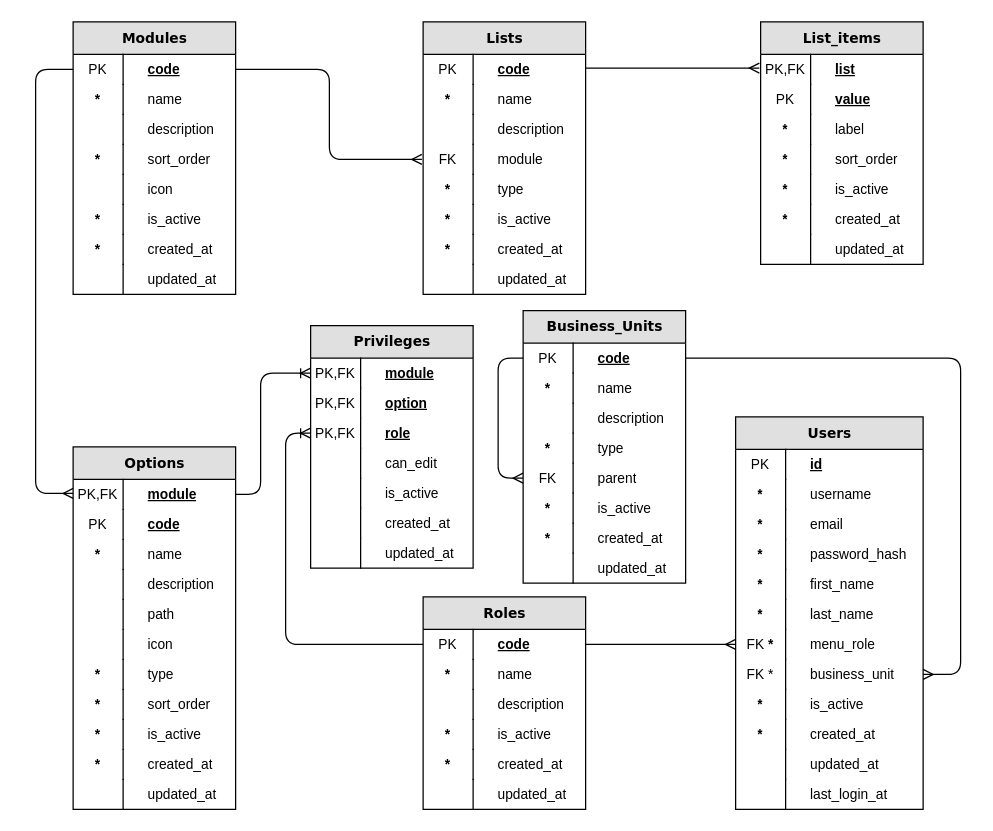
This is page "Admin" (2 of 7) of docs/models.drawio from abc-flex/synapxia, a draw.io file, before an edit. Source tidied: cells renumbered, new cells numbered last; positions are measured from the earlier drawing's top-left corner, leaving out a move shared by most shapes. Both pictures are drawn from the tidied source at 125%, with x=0, y=0 at pixel (35, 21).
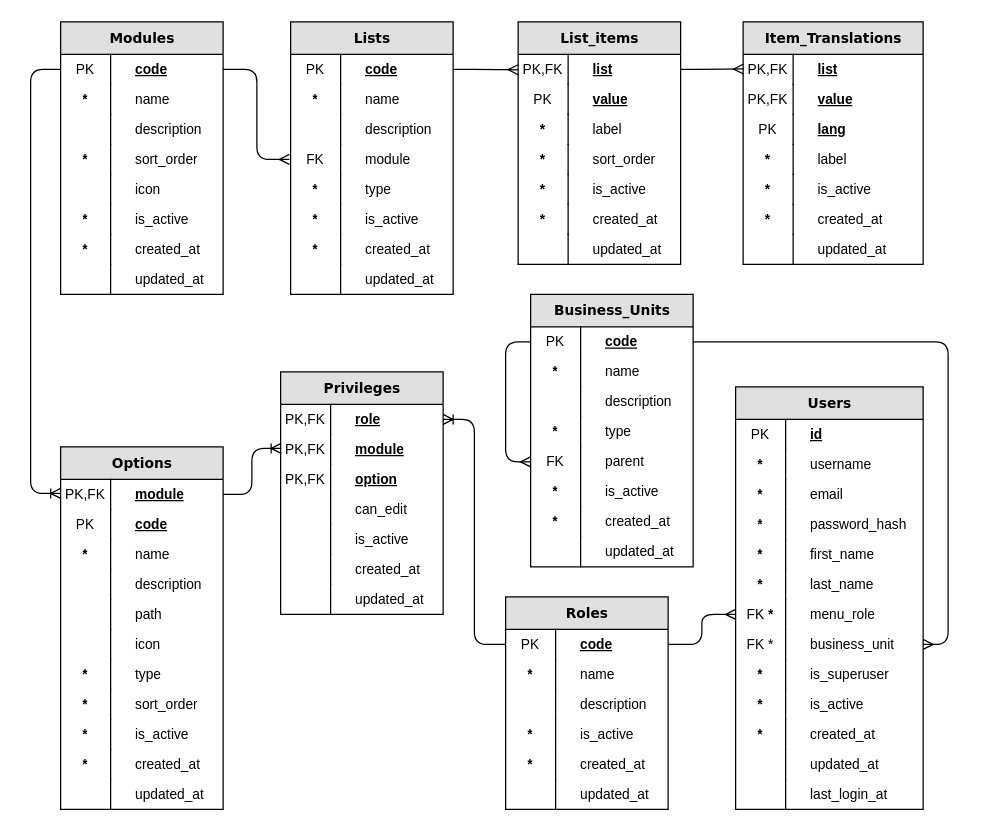
After the change.

Unchanged cells that the change refers to:
```xml
<mxCell id="4" value="&lt;span style=&quot;font-weight: normal;&quot;&gt;PK&lt;/span&gt;" style="shape=partialRectangle;fontStyle=1;top=0;left=0;bottom=0;html=1;fillColor=none;align=center;verticalAlign=middle;spacingLeft=4;spacingRight=4;whiteSpace=wrap;overflow=hidden;points=[];portConstraint=eastwest;fontSize=11;spacing=0;" parent="3" vertex="1">
  <mxGeometry width="40" height="24" as="geometry" />
</mxCell>
<mxCell id="20" value="&lt;u&gt;code&lt;/u&gt;" style="shape=partialRectangle;top=0;left=0;right=0;bottom=0;html=1;align=left;verticalAlign=middle;fillColor=none;spacingLeft=60;spacingRight=4;whiteSpace=wrap;overflow=hidden;points=[[0,0.5],[1,0.5]];portConstraint=eastwest;fontStyle=1;fontSize=11;spacing=0;" parent="19" vertex="1">
  <mxGeometry y="26" width="130" height="24" as="geometry" />
</mxCell>
<mxCell id="37" value="&lt;u&gt;list&lt;/u&gt;" style="shape=partialRectangle;top=0;left=0;right=0;bottom=0;html=1;align=left;verticalAlign=middle;fillColor=none;spacingLeft=60;spacingRight=4;whiteSpace=wrap;overflow=hidden;points=[[0,0.5],[1,0.5]];portConstraint=eastwest;fontStyle=1;fontSize=11;spacing=0;" parent="36" vertex="1">
  <mxGeometry y="26" width="130" height="24" as="geometry" />
</mxCell>
<mxCell id="38" value="&lt;span style=&quot;font-weight: normal;&quot;&gt;PK,FK&lt;/span&gt;" style="shape=partialRectangle;fontStyle=1;top=0;left=0;bottom=0;html=1;fillColor=none;align=center;verticalAlign=middle;spacingLeft=4;spacingRight=4;whiteSpace=wrap;overflow=hidden;points=[];portConstraint=eastwest;fontSize=11;spacing=0;" parent="37" vertex="1">
  <mxGeometry width="40" height="24" as="geometry" />
</mxCell>
<mxCell id="53" value="&lt;span style=&quot;font-weight: normal;&quot;&gt;PK&lt;/span&gt;" style="shape=partialRectangle;fontStyle=1;top=0;left=0;bottom=0;html=1;fillColor=none;align=center;verticalAlign=middle;spacingLeft=4;spacingRight=4;whiteSpace=wrap;overflow=hidden;points=[];portConstraint=eastwest;fontSize=11;spacing=0;" parent="52" vertex="1">
  <mxGeometry width="40" height="24" as="geometry" />
</mxCell>
<mxCell id="79" value="business_unit" style="shape=partialRectangle;top=0;left=0;right=0;bottom=0;html=1;align=left;verticalAlign=middle;fillColor=none;spacingLeft=60;spacingRight=4;whiteSpace=wrap;overflow=hidden;points=[[0,0.5],[1,0.5]];portConstraint=eastwest;fontStyle=0;fontSize=11;spacing=0;" parent="64" vertex="1">
  <mxGeometry y="194" width="150" height="24" as="geometry" />
</mxCell>
<mxCell id="90" value="&lt;u&gt;module&lt;/u&gt;" style="shape=partialRectangle;top=0;left=0;right=0;bottom=0;html=1;align=left;verticalAlign=middle;fillColor=none;spacingLeft=60;spacingRight=4;whiteSpace=wrap;overflow=hidden;points=[[0,0.5],[1,0.5]];portConstraint=eastwest;fontStyle=1;fontSize=11;spacing=0;" parent="89" vertex="1">
  <mxGeometry y="26" width="130" height="24" as="geometry" />
</mxCell>
<mxCell id="91" value="&lt;span style=&quot;font-weight: normal;&quot;&gt;PK,FK&lt;/span&gt;" style="shape=partialRectangle;fontStyle=1;top=0;left=0;bottom=0;html=1;fillColor=none;align=center;verticalAlign=middle;spacingLeft=4;spacingRight=4;whiteSpace=wrap;overflow=hidden;points=[];portConstraint=eastwest;fontSize=11;spacing=0;" parent="90" vertex="1">
  <mxGeometry width="40" height="24" as="geometry" />
</mxCell>
<mxCell id="114" value="&lt;span style=&quot;font-weight: normal;&quot;&gt;PK,FK&lt;/span&gt;" style="shape=partialRectangle;fontStyle=1;top=0;left=0;bottom=0;html=1;fillColor=none;align=center;verticalAlign=middle;spacingLeft=4;spacingRight=4;whiteSpace=wrap;overflow=hidden;points=[];portConstraint=eastwest;fontSize=11;spacing=0;" parent="113" vertex="1">
  <mxGeometry width="40" height="24" as="geometry" />
</mxCell>
<mxCell id="116" value="&lt;span style=&quot;font-weight: normal;&quot;&gt;PK,FK&lt;/span&gt;" style="shape=partialRectangle;fontStyle=1;top=0;left=0;bottom=0;html=1;fillColor=none;align=center;verticalAlign=middle;spacingLeft=4;spacingRight=4;whiteSpace=wrap;overflow=hidden;points=[];portConstraint=eastwest;fontSize=11;spacing=0;" parent="115" vertex="1">
  <mxGeometry width="40" height="24" as="geometry" />
</mxCell>
<mxCell id="118" value="&lt;span style=&quot;font-weight: normal;&quot;&gt;PK,FK&lt;/span&gt;" style="shape=partialRectangle;fontStyle=1;top=0;left=0;bottom=0;html=1;fillColor=none;align=center;verticalAlign=middle;spacingLeft=4;spacingRight=4;whiteSpace=wrap;overflow=hidden;points=[];portConstraint=eastwest;fontSize=11;spacing=0;" parent="117" vertex="1">
  <mxGeometry width="40" height="24" as="geometry" />
</mxCell>
<mxCell id="134" value="&lt;u&gt;code&lt;/u&gt;" style="shape=partialRectangle;top=0;left=0;right=0;bottom=0;html=1;align=left;verticalAlign=middle;fillColor=none;spacingLeft=60;spacingRight=4;whiteSpace=wrap;overflow=hidden;points=[[0,0.5],[1,0.5]];portConstraint=eastwest;fontStyle=1;fontSize=11;spacing=0;" parent="133" vertex="1">
  <mxGeometry y="26" width="130" height="24" as="geometry" />
</mxCell>
```

The edit, as a diff of the source:
```diff
@@
     <mxCell id="2" value="&lt;font&gt;&lt;span&gt;Modules&lt;/span&gt;&lt;/font&gt;" style="swimlane;html=1;fontStyle=1;horizontal=1;startSize=26;fillColor=#e0e0e0;swimlaneFillColor=#ffffff;align=center;rounded=0;shadow=0;comic=0;labelBackgroundColor=none;strokeWidth=1;fontFamily=Verdana;fontSize=11;spacing=0;" parent="1" vertex="1">
-      <mxGeometry x="30" width="130" height="218" as="geometry" />
+      <mxGeometry x="20" width="130" height="218" as="geometry" />
     </mxCell>
@@
     <mxCell id="19" value="&lt;font&gt;&lt;span&gt;Lists&lt;/span&gt;&lt;/font&gt;" style="swimlane;html=1;fontStyle=1;horizontal=1;startSize=26;fillColor=#e0e0e0;swimlaneFillColor=#ffffff;align=center;rounded=0;shadow=0;comic=0;labelBackgroundColor=none;strokeWidth=1;fontFamily=Verdana;fontSize=11;spacing=0;" parent="1" vertex="1">
-      <mxGeometry x="310" width="130" height="218" as="geometry" />
+      <mxGeometry x="204" width="130" height="218" as="geometry" />
     </mxCell>
@@
     <mxCell id="36" value="&lt;font&gt;&lt;span&gt;List_items&lt;/span&gt;&lt;/font&gt;" style="swimlane;html=1;fontStyle=1;horizontal=1;startSize=26;fillColor=#e0e0e0;swimlaneFillColor=#ffffff;align=center;rounded=0;shadow=0;comic=0;labelBackgroundColor=none;strokeWidth=1;fontFamily=Verdana;fontSize=11;spacing=0;" parent="1" vertex="1">
-      <mxGeometry x="580" width="130" height="194" as="geometry" />
+      <mxGeometry x="386" width="130" height="194" as="geometry" />
     </mxCell>
@@
     <mxCell id="51" value="&lt;font&gt;Roles&lt;/font&gt;" style="swimlane;html=1;fontStyle=1;horizontal=1;startSize=26;fillColor=#e0e0e0;swimlaneFillColor=#ffffff;align=center;rounded=0;shadow=0;comic=0;labelBackgroundColor=none;strokeWidth=1;fontFamily=Verdana;fontSize=11;spacing=0;" parent="1" vertex="1">
-      <mxGeometry x="310" y="460" width="130" height="170" as="geometry" />
+      <mxGeometry x="376" y="460" width="130" height="170" as="geometry" />
     </mxCell>
@@
     <mxCell id="64" value="&lt;font&gt;Users&lt;/font&gt;" style="swimlane;html=1;fontStyle=1;horizontal=1;startSize=26;fillColor=#e0e0e0;swimlaneFillColor=#ffffff;align=center;rounded=0;shadow=0;comic=0;labelBackgroundColor=none;strokeWidth=1;fontFamily=Verdana;fontSize=11;spacing=0;" parent="1" vertex="1">
-      <mxGeometry x="560" y="316" width="150" height="314" as="geometry" />
+      <mxGeometry x="560" y="292" width="150" height="338" as="geometry" />
     </mxCell>
@@
+    <mxCell id="152" value="is_superuser" style="shape=partialRectangle;top=0;left=0;right=0;bottom=0;html=1;align=left;verticalAlign=middle;fillColor=none;spacingLeft=60;spacingRight=4;whiteSpace=wrap;overflow=hidden;fontStyle=0;fontSize=11;spacing=0;" parent="64" vertex="1">
+      <mxGeometry y="218" width="150" height="24" as="geometry" />
+    </mxCell>
+    <mxCell id="153" value="&lt;b&gt;*&lt;/b&gt;" style="shape=partialRectangle;fontStyle=0;top=0;left=0;bottom=0;html=1;fillColor=none;align=center;verticalAlign=middle;spacingLeft=4;spacingRight=4;whiteSpace=wrap;overflow=hidden;fontSize=11;spacing=0;" parent="152" vertex="1">
+      <mxGeometry width="40" height="24" as="geometry" />
+    </mxCell>
     <mxCell id="81" value="is_active" style="shape=partialRectangle;top=0;left=0;right=0;bottom=0;html=1;align=left;verticalAlign=middle;fillColor=none;spacingLeft=60;spacingRight=4;whiteSpace=wrap;overflow=hidden;fontStyle=0;fontSize=11;spacing=0;" parent="64" vertex="1">
-      <mxGeometry y="218" width="150" height="24" as="geometry" />
+      <mxGeometry y="242" width="150" height="24" as="geometry" />
     </mxCell>
@@
     <mxCell id="83" value="created_at" style="shape=partialRectangle;top=0;left=0;right=0;bottom=0;html=1;align=left;verticalAlign=middle;fillColor=none;spacingLeft=60;spacingRight=4;whiteSpace=wrap;overflow=hidden;fontStyle=0;fontSize=11;spacing=0;" parent="64" vertex="1">
-      <mxGeometry y="242" width="150" height="24" as="geometry" />
+      <mxGeometry y="266" width="150" height="24" as="geometry" />
     </mxCell>
@@
     <mxCell id="85" value="updated_at" style="shape=partialRectangle;top=0;left=0;right=0;bottom=0;html=1;align=left;verticalAlign=middle;fillColor=none;spacingLeft=60;spacingRight=4;whiteSpace=wrap;overflow=hidden;fontStyle=0;fontSize=11;spacing=0;" parent="64" vertex="1">
-      <mxGeometry y="266" width="150" height="24" as="geometry" />
+      <mxGeometry y="290" width="150" height="24" as="geometry" />
     </mxCell>
@@
     <mxCell id="87" value="last_login_at" style="shape=partialRectangle;top=0;left=0;right=0;bottom=0;html=1;align=left;verticalAlign=middle;fillColor=none;spacingLeft=60;spacingRight=4;whiteSpace=wrap;overflow=hidden;fontStyle=0;fontSize=11;spacing=0;" parent="64" vertex="1">
-      <mxGeometry y="290" width="150" height="24" as="geometry" />
+      <mxGeometry y="314" width="150" height="24" as="geometry" />
     </mxCell>
@@
     <mxCell id="89" value="&lt;font&gt;Options&lt;/font&gt;" style="swimlane;html=1;fontStyle=1;horizontal=1;startSize=26;fillColor=#e0e0e0;swimlaneFillColor=#ffffff;align=center;rounded=0;shadow=0;comic=0;labelBackgroundColor=none;strokeWidth=1;fontFamily=Verdana;fontSize=11;spacing=0;" parent="1" vertex="1">
-      <mxGeometry x="30" y="340" width="130" height="290" as="geometry" />
+      <mxGeometry x="20" y="340" width="130" height="290" as="geometry" />
     </mxCell>
@@
     <mxCell id="112" value="&lt;font&gt;Privileges&lt;/font&gt;" style="swimlane;html=1;fontStyle=1;horizontal=1;startSize=26;fillColor=#e0e0e0;swimlaneFillColor=#ffffff;align=center;rounded=0;shadow=0;comic=0;labelBackgroundColor=none;strokeWidth=1;fontFamily=Verdana;fontSize=11;spacing=0;" parent="1" vertex="1">
-      <mxGeometry x="220" y="243" width="130" height="194" as="geometry" />
+      <mxGeometry x="196" y="280" width="130" height="194" as="geometry" />
     </mxCell>
-    <mxCell id="113" value="&lt;u&gt;module&lt;/u&gt;" style="shape=partialRectangle;top=0;left=0;right=0;bottom=0;html=1;align=left;verticalAlign=middle;fillColor=none;spacingLeft=60;spacingRight=4;whiteSpace=wrap;overflow=hidden;points=[[0,0.5],[1,0.5]];portConstraint=eastwest;fontStyle=1;fontSize=11;spacing=0;" parent="112" vertex="1">
+    <mxCell id="113" value="&lt;u&gt;role&lt;/u&gt;" style="shape=partialRectangle;top=0;left=0;right=0;bottom=0;html=1;align=left;verticalAlign=middle;fillColor=none;spacingLeft=60;spacingRight=4;whiteSpace=wrap;overflow=hidden;points=[[0,0.5],[1,0.5]];portConstraint=eastwest;fontStyle=1;fontSize=11;spacing=0;" parent="112" vertex="1">
       <mxGeometry y="26" width="130" height="24" as="geometry" />
     </mxCell>
@@
-    <mxCell id="115" value="&lt;u&gt;option&lt;/u&gt;" style="shape=partialRectangle;top=0;left=0;right=0;bottom=0;html=1;align=left;verticalAlign=middle;fillColor=none;spacingLeft=60;spacingRight=4;whiteSpace=wrap;overflow=hidden;fontStyle=1;fontSize=11;spacing=0;" parent="112" vertex="1">
+    <mxCell id="115" value="&lt;u&gt;module&lt;/u&gt;" style="shape=partialRectangle;top=0;left=0;right=0;bottom=0;html=1;align=left;verticalAlign=middle;fillColor=none;spacingLeft=60;spacingRight=4;whiteSpace=wrap;overflow=hidden;fontStyle=1;fontSize=11;spacing=0;" parent="112" vertex="1">
       <mxGeometry y="50" width="130" height="24" as="geometry" />
     </mxCell>
@@
-    <mxCell id="117" value="&lt;u&gt;role&lt;/u&gt;" style="shape=partialRectangle;top=0;left=0;right=0;bottom=0;html=1;align=left;verticalAlign=middle;fillColor=none;spacingLeft=60;spacingRight=4;whiteSpace=wrap;overflow=hidden;fontStyle=1;fontSize=11;spacing=0;" parent="112" vertex="1">
+    <mxCell id="117" value="&lt;u&gt;option&lt;/u&gt;" style="shape=partialRectangle;top=0;left=0;right=0;bottom=0;html=1;align=left;verticalAlign=middle;fillColor=none;spacingLeft=60;spacingRight=4;whiteSpace=wrap;overflow=hidden;fontStyle=1;fontSize=11;spacing=0;" parent="112" vertex="1">
       <mxGeometry y="74" width="130" height="24" as="geometry" />
     </mxCell>
@@
-    <mxCell id="128" style="edgeStyle=elbowEdgeStyle;html=1;startArrow=none;endArrow=ERmany;rounded=1;fontFamily=Verdana;fontSize=11;entryX=-0.025;entryY=0.458;entryDx=0;entryDy=0;entryPerimeter=0;fontStyle=1;spacing=0;startFill=0;" parent="1" edge="1" target="38">
-      <mxGeometry relative="1" as="geometry">
-        <mxPoint x="440" y="37" as="sourcePoint" />
-      </mxGeometry>
+    <mxCell id="128" style="edgeStyle=elbowEdgeStyle;html=1;startArrow=none;endArrow=ERmany;rounded=1;fontFamily=Verdana;fontSize=11;fontStyle=1;spacing=0;startFill=0;exitX=1;exitY=0.5;exitDx=0;exitDy=0;entryX=0;entryY=0.514;entryDx=0;entryDy=0;entryPerimeter=0;" parent="1" edge="1" source="20" target="38">
+      <mxGeometry relative="1" as="geometry" />
     </mxCell>
@@
-    <mxCell id="130" style="edgeStyle=elbowEdgeStyle;html=1;startArrow=none;endArrow=ERmany;rounded=1;fontFamily=Verdana;fontSize=11;fontStyle=1;spacing=0;startFill=0;entryX=0.001;entryY=0.467;entryDx=0;entryDy=0;entryPerimeter=0;" parent="1" edge="1" source="4" target="91">
+    <mxCell id="130" style="edgeStyle=elbowEdgeStyle;html=1;startArrow=none;endArrow=ERoneToMany;rounded=1;fontFamily=Verdana;fontSize=11;fontStyle=1;spacing=0;startFill=0;entryX=0.001;entryY=0.467;entryDx=0;entryDy=0;entryPerimeter=0;endFill=0;" parent="1" edge="1" source="4" target="91">
       <mxGeometry relative="1" as="geometry">
         <Array as="points">
-          <mxPoint y="230" />
+          <mxPoint x="-4" y="210" />
         </Array>
       </mxGeometry>
     </mxCell>
-    <mxCell id="131" style="edgeStyle=elbowEdgeStyle;html=1;startArrow=none;endArrow=ERoneToMany;rounded=1;fontFamily=Verdana;fontSize=11;fontStyle=1;endFill=0;spacing=0;startFill=0;" parent="1" edge="1" source="53" target="118">
-      <mxGeometry relative="1" as="geometry">
-        <Array as="points">
-          <mxPoint x="200" y="410" />
-        </Array>
-      </mxGeometry>
+    <mxCell id="131" style="edgeStyle=elbowEdgeStyle;html=1;startArrow=none;endArrow=ERoneToMany;rounded=1;fontFamily=Verdana;fontSize=11;fontStyle=1;endFill=0;spacing=0;startFill=0;entryX=1;entryY=0.5;entryDx=0;entryDy=0;" parent="1" edge="1" source="53" target="113">
+      <mxGeometry relative="1" as="geometry" />
     </mxCell>
-    <mxCell id="132" style="edgeStyle=elbowEdgeStyle;html=1;startArrow=none;endArrow=ERoneToMany;rounded=1;fontFamily=Verdana;fontSize=11;exitX=1;exitY=0.5;exitDx=0;exitDy=0;fontStyle=1;endFill=0;spacing=0;startFill=0;" parent="1" edge="1" source="90" target="114">
-      <mxGeometry relative="1" as="geometry">
-        <Array as="points">
-          <mxPoint x="180" y="330" />
-        </Array>
-      </mxGeometry>
+    <mxCell id="132" style="edgeStyle=elbowEdgeStyle;html=1;startArrow=none;endArrow=ERoneToMany;rounded=1;fontFamily=Verdana;fontSize=11;exitX=1;exitY=0.5;exitDx=0;exitDy=0;fontStyle=1;endFill=0;spacing=0;startFill=0;entryX=0.01;entryY=0.467;entryDx=0;entryDy=0;entryPerimeter=0;" parent="1" edge="1" source="90" target="116">
+      <mxGeometry relative="1" as="geometry" />
     </mxCell>
     <mxCell id="133" value="&lt;font&gt;Business_Units&lt;/font&gt;" style="swimlane;html=1;fontStyle=1;horizontal=1;startSize=26;fillColor=#e0e0e0;swimlaneFillColor=#ffffff;align=center;rounded=0;shadow=0;comic=0;labelBackgroundColor=none;strokeWidth=1;fontFamily=Verdana;fontSize=11;spacing=0;" parent="1" vertex="1">
-      <mxGeometry x="390" y="231" width="130" height="218" as="geometry" />
+      <mxGeometry x="396" y="218" width="130" height="218" as="geometry" />
     </mxCell>
@@
     <mxCell id="151" style="edgeStyle=elbowEdgeStyle;html=1;startArrow=none;endArrow=ERmany;rounded=1;fontFamily=Verdana;fontSize=11;fontStyle=1;spacing=0;startFill=0;entryX=1;entryY=0.5;entryDx=0;entryDy=0;exitX=1;exitY=0.5;exitDx=0;exitDy=0;" parent="1" edge="1" source="134" target="79">
       <mxGeometry relative="1" as="geometry">
         <Array as="points">
-          <mxPoint x="740" y="380" />
+          <mxPoint x="730" y="380" />
         </Array>
       </mxGeometry>
     </mxCell>
+    <mxCell id="154" value="&lt;font&gt;&lt;span&gt;Item_Translations&lt;/span&gt;&lt;/font&gt;" style="swimlane;html=1;fontStyle=1;horizontal=1;startSize=26;fillColor=#e0e0e0;swimlaneFillColor=#ffffff;align=center;rounded=0;shadow=0;comic=0;labelBackgroundColor=none;strokeWidth=1;fontFamily=Verdana;fontSize=11;spacing=0;" parent="1" vertex="1">
+      <mxGeometry x="566" width="144" height="194" as="geometry" />
+    </mxCell>
+    <mxCell id="155" value="&lt;u&gt;list&lt;/u&gt;" style="shape=partialRectangle;top=0;left=0;right=0;bottom=0;html=1;align=left;verticalAlign=middle;fillColor=none;spacingLeft=60;spacingRight=4;whiteSpace=wrap;overflow=hidden;fontStyle=1;fontSize=11;spacing=0;" parent="154" vertex="1">
+      <mxGeometry y="26" width="144" height="24" as="geometry" />
+    </mxCell>
+    <mxCell id="156" value="&lt;span style=&quot;font-weight: normal;&quot;&gt;PK,FK&lt;/span&gt;" style="shape=partialRectangle;fontStyle=1;top=0;left=0;bottom=0;html=1;fillColor=none;align=center;verticalAlign=middle;spacingLeft=4;spacingRight=4;whiteSpace=wrap;overflow=hidden;points=[];portConstraint=eastwest;fontSize=11;spacing=0;" parent="155" vertex="1">
+      <mxGeometry width="40" height="24" as="geometry" />
+    </mxCell>
+    <mxCell id="157" value="&lt;u&gt;value&lt;/u&gt;" style="shape=partialRectangle;top=0;left=0;right=0;bottom=0;html=1;align=left;verticalAlign=middle;fillColor=none;spacingLeft=60;spacingRight=4;whiteSpace=wrap;overflow=hidden;fontStyle=1;fontSize=11;spacing=0;" parent="154" vertex="1">
+      <mxGeometry y="50" width="144" height="24" as="geometry" />
+    </mxCell>
+    <mxCell id="158" value="&lt;span style=&quot;font-weight: 400;&quot;&gt;PK,FK&lt;/span&gt;" style="shape=partialRectangle;fontStyle=1;top=0;left=0;bottom=0;html=1;fillColor=none;align=center;verticalAlign=middle;spacingLeft=4;spacingRight=4;whiteSpace=wrap;overflow=hidden;fontSize=11;spacing=0;" parent="157" vertex="1">
+      <mxGeometry width="40" height="24" as="geometry" />
+    </mxCell>
+    <mxCell id="159" value="&lt;b&gt;&lt;u&gt;lang&lt;/u&gt;&lt;/b&gt;" style="shape=partialRectangle;top=0;left=0;right=0;bottom=0;html=1;align=left;verticalAlign=middle;fillColor=none;spacingLeft=60;spacingRight=4;whiteSpace=wrap;overflow=hidden;fontStyle=0;fontSize=11;spacing=0;" parent="154" vertex="1">
+      <mxGeometry y="74" width="144" height="24" as="geometry" />
+    </mxCell>
+    <mxCell id="160" value="PK" style="shape=partialRectangle;fontStyle=0;top=0;left=0;bottom=0;html=1;fillColor=none;align=center;verticalAlign=middle;spacingLeft=4;spacingRight=4;whiteSpace=wrap;overflow=hidden;fontSize=11;spacing=0;" parent="159" vertex="1">
+      <mxGeometry width="40" height="24" as="geometry" />
+    </mxCell>
+    <mxCell id="161" value="label" style="shape=partialRectangle;top=0;left=0;right=0;bottom=0;html=1;align=left;verticalAlign=middle;fillColor=none;spacingLeft=60;spacingRight=4;whiteSpace=wrap;overflow=hidden;fontStyle=0;fontSize=11;spacing=0;" parent="154" vertex="1">
+      <mxGeometry y="98" width="144" height="24" as="geometry" />
+    </mxCell>
+    <mxCell id="162" value="&lt;b&gt;*&lt;/b&gt;" style="shape=partialRectangle;fontStyle=0;top=0;left=0;bottom=0;html=1;fillColor=none;align=center;verticalAlign=middle;spacingLeft=4;spacingRight=4;whiteSpace=wrap;overflow=hidden;fontSize=11;spacing=0;" parent="161" vertex="1">
+      <mxGeometry width="40" height="24" as="geometry" />
+    </mxCell>
+    <mxCell id="163" value="is_active" style="shape=partialRectangle;top=0;left=0;right=0;bottom=0;html=1;align=left;verticalAlign=middle;fillColor=none;spacingLeft=60;spacingRight=4;whiteSpace=wrap;overflow=hidden;fontStyle=0;fontSize=11;spacing=0;" parent="154" vertex="1">
+      <mxGeometry y="122" width="144" height="24" as="geometry" />
+    </mxCell>
+    <mxCell id="164" value="&lt;b&gt;*&lt;/b&gt;" style="shape=partialRectangle;fontStyle=0;top=0;left=0;bottom=0;html=1;fillColor=none;align=center;verticalAlign=middle;spacingLeft=4;spacingRight=4;whiteSpace=wrap;overflow=hidden;fontSize=11;spacing=0;" parent="163" vertex="1">
+      <mxGeometry width="40" height="24" as="geometry" />
+    </mxCell>
+    <mxCell id="165" value="created_at" style="shape=partialRectangle;top=0;left=0;right=0;bottom=0;html=1;align=left;verticalAlign=middle;fillColor=none;spacingLeft=60;spacingRight=4;whiteSpace=wrap;overflow=hidden;fontStyle=0;fontSize=11;spacing=0;" parent="154" vertex="1">
+      <mxGeometry y="146" width="144" height="24" as="geometry" />
+    </mxCell>
+    <mxCell id="166" value="&lt;b&gt;*&lt;/b&gt;" style="shape=partialRectangle;fontStyle=0;top=0;left=0;bottom=0;html=1;fillColor=none;align=center;verticalAlign=middle;spacingLeft=4;spacingRight=4;whiteSpace=wrap;overflow=hidden;fontSize=11;spacing=0;" parent="165" vertex="1">
+      <mxGeometry width="40" height="24" as="geometry" />
+    </mxCell>
+    <mxCell id="167" value="updated_at" style="shape=partialRectangle;top=0;left=0;right=0;bottom=0;html=1;align=left;verticalAlign=middle;fillColor=none;spacingLeft=60;spacingRight=4;whiteSpace=wrap;overflow=hidden;fontStyle=0;fontSize=11;spacing=0;" parent="154" vertex="1">
+      <mxGeometry y="170" width="144" height="24" as="geometry" />
+    </mxCell>
+    <mxCell id="168" style="shape=partialRectangle;fontStyle=0;top=0;left=0;bottom=0;html=1;fillColor=none;align=center;verticalAlign=middle;spacingLeft=4;spacingRight=4;whiteSpace=wrap;overflow=hidden;fontSize=11;spacing=0;" parent="167" vertex="1">
+      <mxGeometry width="40" height="24" as="geometry" />
+    </mxCell>
+    <mxCell id="169" style="edgeStyle=elbowEdgeStyle;html=1;startArrow=none;endArrow=ERmany;rounded=1;fontFamily=Verdana;fontSize=11;entryX=0.01;entryY=0.487;entryDx=0;entryDy=0;entryPerimeter=0;fontStyle=1;spacing=0;startFill=0;exitX=1;exitY=0.5;exitDx=0;exitDy=0;" parent="1" edge="1" source="37" target="156">
+      <mxGeometry relative="1" as="geometry" />
+    </mxCell>
```
